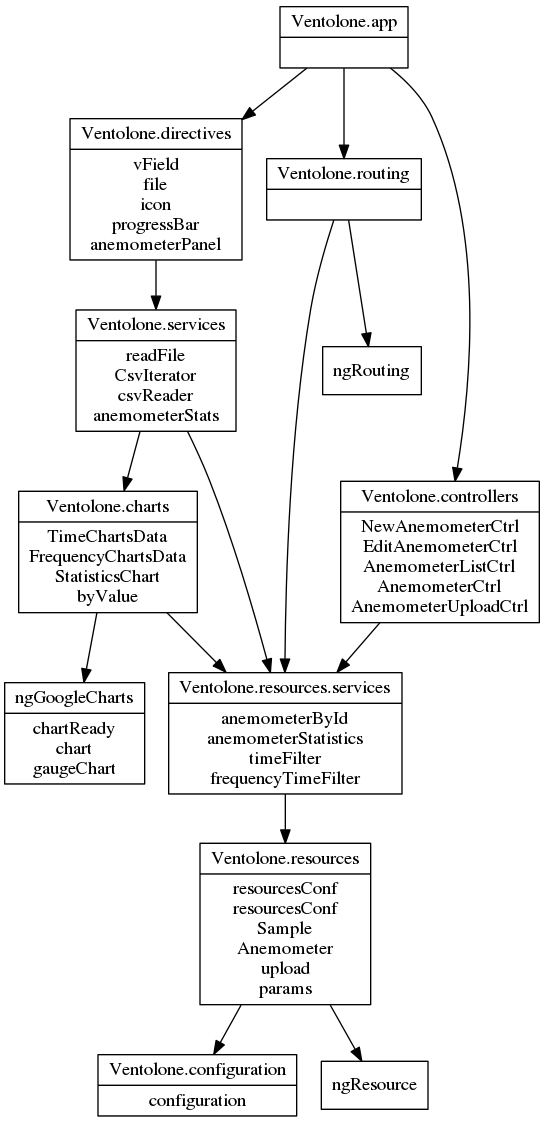
Earlier version of the Graphviz export dependencies-graph.png (VentolONE/ventolone-app). Its source is kept beside it as dependencies-graph.dot.
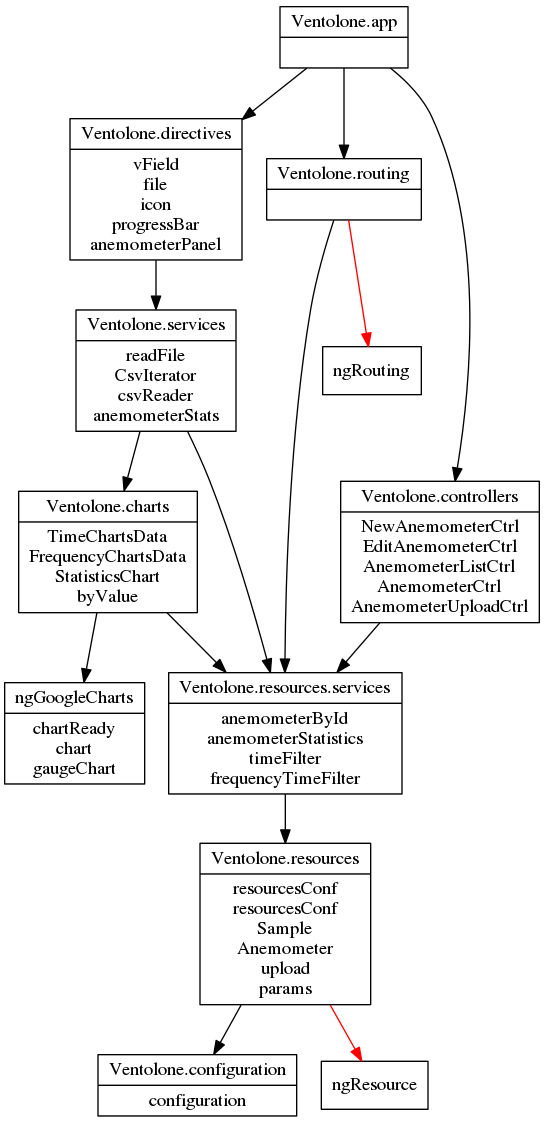
The same diagram one commit later.

Commit message:
task to autogenerate dependencies graph

Change to the diagram source:
```diff
@@ -27,10 +27,10 @@
 
 "Ventolone.resources.services" -> "Ventolone.resources"
 
-"Ventolone.resources" -> "ngResource"
+"Ventolone.resources" -> "ngResource"[color="red"]
 "Ventolone.resources" -> "Ventolone.configuration"
 
-"Ventolone.routing" -> "ngRouting"
+"Ventolone.routing" -> "ngRouting"[color="red"]
 "Ventolone.routing" -> "Ventolone.resources.services"
 
 "Ventolone.services" -> "Ventolone.charts"
```
